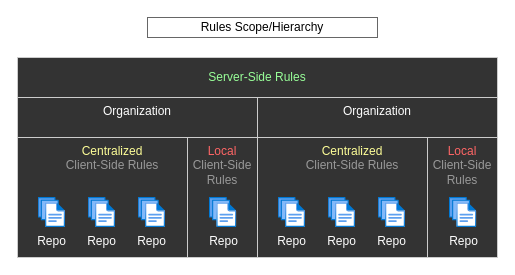
jefeish/github-regulator keeps this draw.io diagram as docs/images/rules-scope.drawio. Above is the earlier version. Source tidied: cells renumbered, new cells numbered last; positions are measured from the earlier drawing's top-left corner, leaving out a move shared by most shapes. Both pictures are drawn from the tidied source at 100%, with x=0, y=0 at pixel (17, 17).
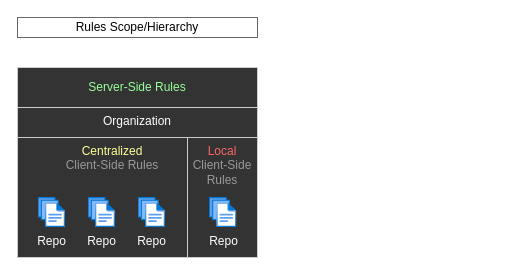
The same diagram, later.

Change to the diagram source:
```diff
@@
 <mxGraphModel>
   <root>
     <mxCell id="0" />
     <mxCell id="1" parent="0" />
     <mxCell id="2" value="&lt;font color=&quot;#99ff99&quot;&gt;Server-Side Rules&lt;/font&gt;" style="rounded=0;whiteSpace=wrap;html=1;fillColor=#333333;fontColor=#FFFFFF;strokeColor=#CCCCCC;" parent="1" vertex="1">
-      <mxGeometry y="40" width="480" height="40" as="geometry" />
+      <mxGeometry y="50" width="240" height="40" as="geometry" />
     </mxCell>
     <mxCell id="3" value="Organization" style="rounded=0;whiteSpace=wrap;html=1;verticalAlign=top;fillColor=#333333;fontColor=#FFFFFF;strokeColor=#CCCCCC;" parent="1" vertex="1">
-      <mxGeometry y="80" width="240" height="160" as="geometry" />
+      <mxGeometry y="90" width="240" height="150" as="geometry" />
     </mxCell>
     <mxCell id="4" value="&lt;font color=&quot;#ffff99&quot;&gt;&lt;font&gt;Centralized &lt;/font&gt;&lt;br&gt;&lt;/font&gt;&lt;font color=&quot;#999999&quot;&gt;Client-Side Rules&lt;/font&gt;" style="rounded=0;whiteSpace=wrap;html=1;verticalAlign=top;fillColor=#333333;fontColor=#FFFFFF;strokeColor=#CCCCCC;align=center;spacingRight=50;" parent="1" vertex="1">
       <mxGeometry y="120" width="240" height="120" as="geometry" />
     </mxCell>
     <mxCell id="5" value="Repo" style="html=1;align=center;image;fontSize=12;image=img/lib/azure2/general/Files.svg;labelBackgroundColor=none;fontColor=#FFFFFF;strokeColor=#CCCCCC;" parent="1" vertex="1">
       <mxGeometry x="20.6" y="180" width="27.4" height="30" as="geometry" />
     </mxCell>
     <mxCell id="6" value="Repo" style="html=1;align=center;image;fontSize=12;image=img/lib/azure2/general/Files.svg;labelBackgroundColor=none;fontColor=#FFFFFF;strokeColor=#CCCCCC;" parent="1" vertex="1">
       <mxGeometry x="70.6" y="180" width="27.4" height="30" as="geometry" />
     </mxCell>
     <mxCell id="7" value="Repo" style="html=1;align=center;image;fontSize=12;image=img/lib/azure2/general/Files.svg;labelBackgroundColor=none;fontColor=#FFFFFF;strokeColor=#CCCCCC;" parent="1" vertex="1">
       <mxGeometry x="120.6" y="180" width="27.4" height="30" as="geometry" />
     </mxCell>
     <mxCell id="8" value="Rules Scope/Hierarchy" style="text;html=1;fillColor=none;align=center;verticalAlign=middle;whiteSpace=wrap;rounded=0;strokeColor=#666666;" parent="1" vertex="1">
-      <mxGeometry x="130" width="230" height="20" as="geometry" />
+      <mxGeometry width="240" height="20" as="geometry" />
     </mxCell>
     <mxCell id="9" value="&lt;font color=&quot;#ff6666&quot;&gt;Local &lt;/font&gt;&lt;br&gt;&lt;font color=&quot;#999999&quot;&gt;Client-Side Rules&lt;/font&gt;" style="rounded=0;whiteSpace=wrap;html=1;verticalAlign=top;fillColor=#333333;strokeColor=#CCCCCC;" parent="1" vertex="1">
       <mxGeometry x="170" y="120" width="70" height="120" as="geometry" />
     </mxCell>
     <mxCell id="10" value="Repo" style="html=1;align=center;image;fontSize=12;image=img/lib/azure2/general/Files.svg;labelBackgroundColor=none;fontColor=#FFFFFF;strokeColor=#CCCCCC;" parent="1" vertex="1">
       <mxGeometry x="191.9" y="180" width="27.4" height="30" as="geometry" />
     </mxCell>
-    <mxCell id="11" value="Organization" style="rounded=0;whiteSpace=wrap;html=1;verticalAlign=top;fillColor=#333333;fontColor=#FFFFFF;strokeColor=#CCCCCC;" parent="1" vertex="1">
-      <mxGeometry x="240" y="80" width="240" height="160" as="geometry" />
-    </mxCell>
-    <mxCell id="12" value="&lt;font color=&quot;#ffff99&quot;&gt;&lt;font&gt;Centralized &lt;/font&gt;&lt;br&gt;&lt;/font&gt;&lt;font color=&quot;#999999&quot;&gt;Client-Side Rules&lt;/font&gt;" style="rounded=0;whiteSpace=wrap;html=1;verticalAlign=top;fillColor=#333333;fontColor=#FFFFFF;strokeColor=#CCCCCC;spacingRight=50;" parent="1" vertex="1">
-      <mxGeometry x="240" y="120" width="240" height="120" as="geometry" />
-    </mxCell>
-    <mxCell id="13" value="Repo" style="html=1;align=center;image;fontSize=12;image=img/lib/azure2/general/Files.svg;labelBackgroundColor=none;fontColor=#FFFFFF;strokeColor=#CCCCCC;" parent="1" vertex="1">
-      <mxGeometry x="260.6" y="180" width="27.4" height="30" as="geometry" />
-    </mxCell>
-    <mxCell id="14" value="Repo" style="html=1;align=center;image;fontSize=12;image=img/lib/azure2/general/Files.svg;labelBackgroundColor=none;fontColor=#FFFFFF;strokeColor=#CCCCCC;" parent="1" vertex="1">
-      <mxGeometry x="310.6" y="180" width="27.4" height="30" as="geometry" />
-    </mxCell>
-    <mxCell id="15" value="Repo" style="html=1;align=center;image;fontSize=12;image=img/lib/azure2/general/Files.svg;labelBackgroundColor=none;fontColor=#FFFFFF;strokeColor=#CCCCCC;" parent="1" vertex="1">
-      <mxGeometry x="360.6" y="180" width="27.4" height="30" as="geometry" />
-    </mxCell>
-    <mxCell id="16" value="&lt;font color=&quot;#ff6666&quot;&gt;Local &lt;/font&gt;&lt;br&gt;&lt;font color=&quot;#999999&quot;&gt;Client-Side Rules&lt;/font&gt;" style="rounded=0;whiteSpace=wrap;html=1;verticalAlign=top;fillColor=#333333;strokeColor=#CCCCCC;" parent="1" vertex="1">
-      <mxGeometry x="410" y="120" width="70" height="120" as="geometry" />
-    </mxCell>
-    <mxCell id="17" value="Repo" style="html=1;align=center;image;fontSize=12;image=img/lib/azure2/general/Files.svg;labelBackgroundColor=none;fontColor=#FFFFFF;strokeColor=#CCCCCC;" parent="1" vertex="1">
-      <mxGeometry x="431.9" y="180" width="27.4" height="30" as="geometry" />
-    </mxCell>
   </root>
 </mxGraphModel>
```
